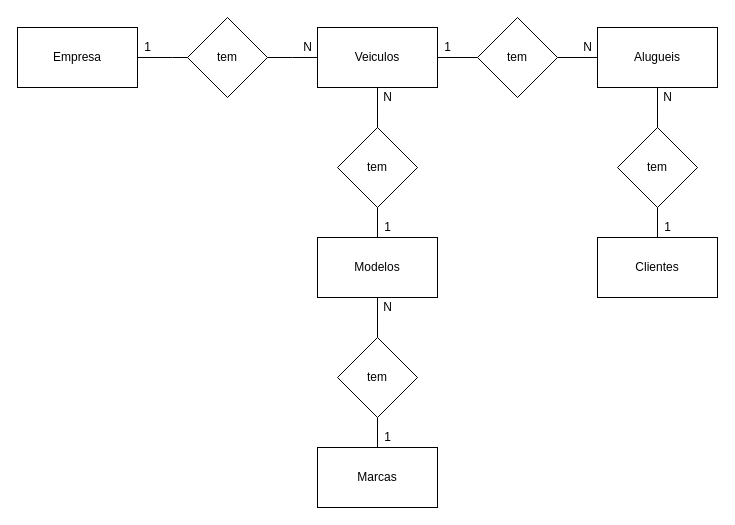
Earlier version of the draw.io diagram page "conceitual" (1 of 2) of exercicios/1.2-exercicio-locadora/1.2-exercicio-locadora.drawio (Pedro-B-Alves/senai_sprint1_bd). Source tidied: cells renumbered, new cells numbered last; positions are measured from the earlier drawing's top-left corner, leaving out a move shared by most shapes. Both pictures are drawn from the tidied source at 100%, with x=0, y=0 at pixel (17, 17).
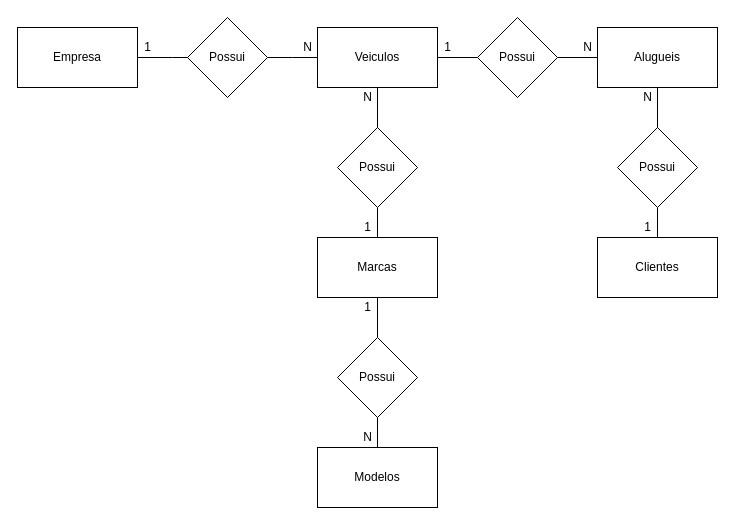
The same page after the edit.

Diff of the diagram source:
```diff
@@
-    <mxCell id="5" value="tem" style="rhombus;whiteSpace=wrap;html=1;" parent="1" vertex="1">
+    <mxCell id="5" value="Possui" style="rhombus;whiteSpace=wrap;html=1;" parent="1" vertex="1">
       <mxGeometry x="170" width="80" height="80" as="geometry" />
     </mxCell>
@@
-    <mxCell id="10" value="tem" style="rhombus;whiteSpace=wrap;html=1;" parent="1" vertex="1">
+    <mxCell id="10" value="Possui" style="rhombus;whiteSpace=wrap;html=1;" parent="1" vertex="1">
       <mxGeometry x="460" width="80" height="80" as="geometry" />
     </mxCell>
@@
-    <mxCell id="17" value="tem" style="rhombus;whiteSpace=wrap;html=1;" parent="1" vertex="1">
+    <mxCell id="17" value="Possui" style="rhombus;whiteSpace=wrap;html=1;" parent="1" vertex="1">
       <mxGeometry x="320" y="110" width="80" height="80" as="geometry" />
     </mxCell>
     <mxCell id="18" value="N" style="text;html=1;align=center;verticalAlign=middle;" parent="1" vertex="1">
-      <mxGeometry x="360" y="70" width="20" height="20" as="geometry" />
+      <mxGeometry x="340" y="70" width="20" height="20" as="geometry" />
     </mxCell>
@@
-    <mxCell id="20" value="Modelos" style="rounded=0;whiteSpace=wrap;html=1;" parent="1" vertex="1">
+    <mxCell id="20" value="Marcas" style="rounded=0;whiteSpace=wrap;html=1;" parent="1" vertex="1">
       <mxGeometry x="300" y="220" width="120" height="60" as="geometry" />
     </mxCell>
@@
     <mxCell id="22" value="1" style="text;html=1;align=center;verticalAlign=middle;" parent="1" vertex="1">
-      <mxGeometry x="360" y="200" width="20" height="20" as="geometry" />
+      <mxGeometry x="340" y="200" width="20" height="20" as="geometry" />
     </mxCell>
@@
-    <mxCell id="24" value="tem" style="rhombus;whiteSpace=wrap;html=1;" parent="1" vertex="1">
+    <mxCell id="24" value="Possui" style="rhombus;whiteSpace=wrap;html=1;" parent="1" vertex="1">
       <mxGeometry x="320" y="320" width="80" height="80" as="geometry" />
     </mxCell>
-    <mxCell id="25" value="Marcas" style="rounded=0;whiteSpace=wrap;html=1;" parent="1" vertex="1">
+    <mxCell id="25" value="Modelos" style="rounded=0;whiteSpace=wrap;html=1;" parent="1" vertex="1">
       <mxGeometry x="300" y="430" width="120" height="60" as="geometry" />
     </mxCell>
     <mxCell id="26" value="N" style="text;html=1;align=center;verticalAlign=middle;" parent="1" vertex="1">
-      <mxGeometry x="360" y="280" width="20" height="20" as="geometry" />
+      <mxGeometry x="340" y="410" width="20" height="20" as="geometry" />
     </mxCell>
     <mxCell id="27" value="1" style="text;html=1;align=center;verticalAlign=middle;" parent="1" vertex="1">
-      <mxGeometry x="360" y="410" width="20" height="20" as="geometry" />
+      <mxGeometry x="340" y="280" width="20" height="20" as="geometry" />
     </mxCell>
@@
-    <mxCell id="29" value="tem" style="rhombus;whiteSpace=wrap;html=1;" parent="1" vertex="1">
+    <mxCell id="29" value="Possui" style="rhombus;whiteSpace=wrap;html=1;" parent="1" vertex="1">
       <mxGeometry x="600" y="110" width="80" height="80" as="geometry" />
     </mxCell>
@@
     <mxCell id="31" value="N" style="text;html=1;align=center;verticalAlign=middle;" parent="1" vertex="1">
-      <mxGeometry x="640" y="70" width="20" height="20" as="geometry" />
+      <mxGeometry x="620" y="70" width="20" height="20" as="geometry" />
     </mxCell>
     <mxCell id="32" value="1" style="text;html=1;align=center;verticalAlign=middle;" parent="1" vertex="1">
-      <mxGeometry x="640" y="200" width="20" height="20" as="geometry" />
+      <mxGeometry x="620" y="200" width="20" height="20" as="geometry" />
     </mxCell>
```
